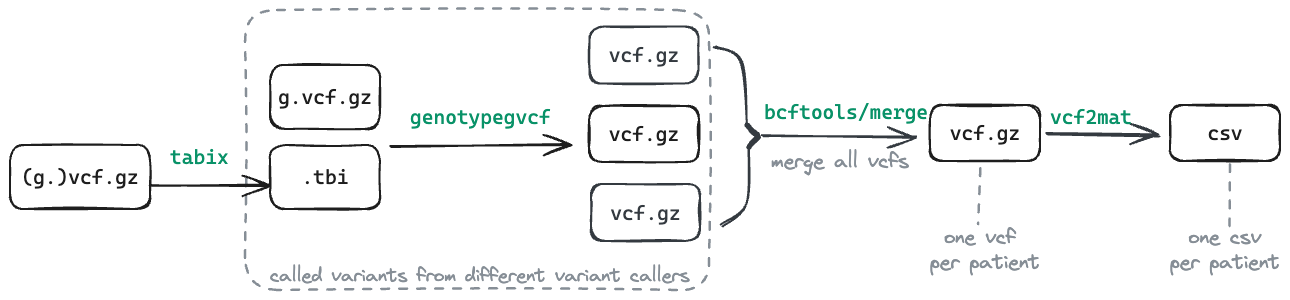
qbic-pipelines/vcftocounts keeps this Excalidraw diagram as docs/images/vcftomat.excalidraw.png. Above is the earlier version. Source tidied: one line per element, renumbered; positions are measured from the earlier drawing's top-left corner, leaving out a move shared by most shapes.
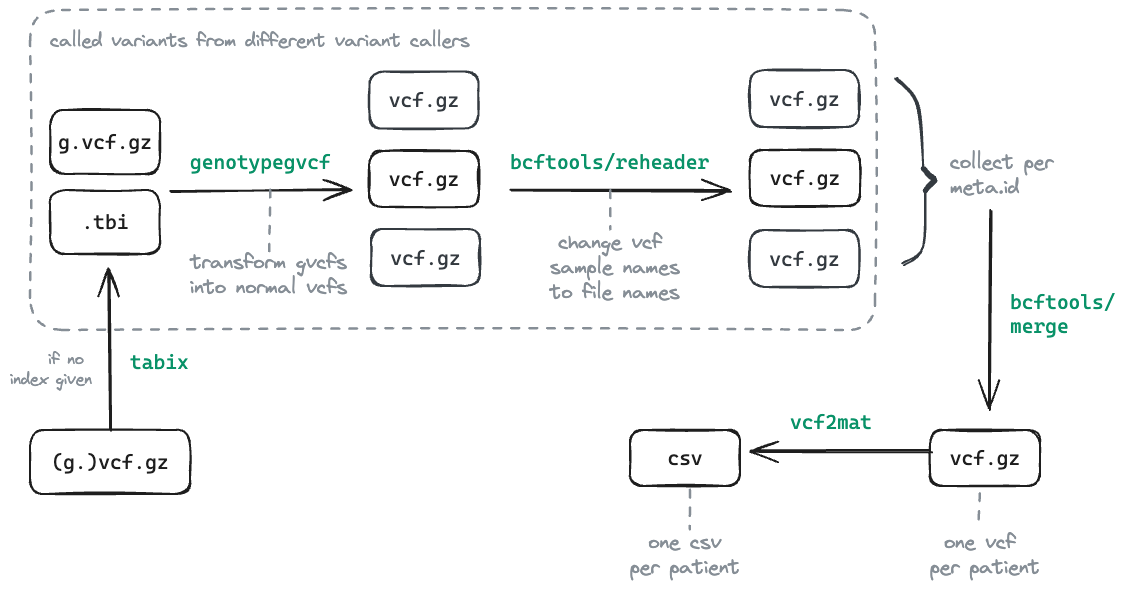
After the commit.

Change to the diagram source:
```diff
@@ -8,28 +8,41 @@
 {"id": 7, "type": "text", "text": "vcf.gz", "strokeColor": "#343a40", "strokeWidth": 2, "roughness": 1, "fontSize": 20, "fontFamily": 3, "textAlign": "center", "verticalAlign": "middle", "inside": 6, "x": 600, "y": 190, "width": 70, "height": 24}
 {"id": 8, "type": "rectangle", "strokeColor": "#343a40", "strokeWidth": 2, "roughness": 1, "round": true, "x": 580, "y": 16, "width": 109, "height": 57}
 {"id": 9, "type": "text", "text": "vcf.gz", "strokeColor": "#343a40", "strokeWidth": 2, "roughness": 1, "fontSize": 20, "fontFamily": 3, "textAlign": "center", "verticalAlign": "middle", "inside": 8, "x": 599, "y": 33, "width": 70, "height": 24}
-{"id": 10, "type": "arrow", "strokeColor": "#343a40", "strokeWidth": 2, "roughness": 1, "round": true, "from": 8, "x": 704, "y": 37, "width": 32, "height": 79, "points": [[0, 0], [27, 15], [32, 79]]}
+{"id": 10, "type": "arrow", "strokeColor": "#343a40", "strokeWidth": 2, "roughness": 1, "round": true, "from": 16, "x": 1105, "y": 23, "width": 27, "height": 92, "points": [[0, 0], [22, 28], [27, 92]]}
-{"id": 11, "type": "arrow", "strokeColor": "#343a40", "angle": 3.12, "strokeWidth": 2, "roughness": 1, "round": true, "x": 739, "y": 138, "width": 30, "height": 79, "points": [[0, 0], [-26, 21], [-30, 79]]}
+{"id": 11, "type": "arrow", "strokeColor": "#343a40", "angle": 3.12, "strokeWidth": 2, "roughness": 1, "round": true, "from": 16, "x": 1136, "y": 136, "width": 25, "height": 74, "points": [[0, 0], [-21, 16], [-25, 74]]}
-{"id": 12, "type": "freedraw", "strokeColor": "#343a40", "strokeWidth": 1, "roughness": 1, "x": 737, "y": 115, "width": 10, "height": 10, "points": [[0, 0], [1, 0], [1, 1], [1, 2], [2, 2], [2, 3], [3, 3], [3, 4], [4, 5], [4, 6], [5, 6], [6, 6], [6, 7], [7, 7], [7, 8], [8, 8], [9, 8], [9, 9], [10, 9], [10, 10], [10, 10]]}
+{"id": 12, "type": "freedraw", "strokeColor": "#343a40", "strokeWidth": 1, "roughness": 1, "x": 1133, "y": 114, "width": 10, "height": 10, "points": [[0, 0], [1, 0], [1, 1], [1, 2], [2, 2], [2, 3], [3, 3], [3, 4], [4, 5], [4, 6], [5, 6], [6, 6], [6, 7], [7, 7], [7, 8], [8, 8], [9, 8], [9, 9], [10, 9], [10, 10], [10, 10]]}
-{"id": 13, "type": "freedraw", "strokeColor": "#343a40", "strokeWidth": 1, "roughness": 1, "x": 739, "y": 137, "width": 9, "height": 10, "points": [[0, 0], [0, -1], [1, -1], [1, -2], [2, -3], [3, -4], [4, -5], [5, -5], [5, -6], [6, -7], [7, -7], [7, -8], [8, -8], [8, -9], [9, -9], [9, -10], [9, -10]]}
+{"id": 13, "type": "freedraw", "strokeColor": "#343a40", "strokeWidth": 1, "roughness": 1, "x": 1135, "y": 136, "width": 9, "height": 10, "points": [[0, 0], [0, -1], [1, -1], [1, -2], [2, -3], [3, -4], [4, -5], [5, -5], [5, -6], [6, -7], [7, -7], [7, -8], [8, -8], [8, -9], [9, -9], [9, -10], [9, -10]]}
-{"id": 14, "type": "arrow", "strokeColor": "#343a40", "strokeWidth": 2, "roughness": 1, "endArrowhead": "arrow", "round": true, "to": 19, "x": 753, "y": 126, "width": 152, "height": 1, "points": [[0, 0], [152, 1]]}
-{"id": 15, "type": "text", "text": "bcftools/merge", "strokeColor": "#099268", "strokeWidth": 2, "roughness": 1, "fontSize": 20, "fontFamily": 3, "x": 754, "y": 90, "width": 164, "height": 24}
+{"id": 15, "type": "text", "text": "bcftools/\nmerge", "strokeColor": "#099268", "strokeWidth": 2, "roughness": 1, "fontSize": 20, "fontFamily": 3, "x": 1220, "y": 235, "width": 105, "height": 48}
-{"id": 16, "type": "rectangle", "strokeColor": "#868e96", "strokeWidth": 2, "strokeStyle": "dashed", "roughness": 1, "round": true, "x": 235, "y": 0, "width": 464, "height": 280}
+{"id": 16, "type": "rectangle", "strokeColor": "#868e96", "strokeWidth": 2, "strokeStyle": "dashed", "roughness": 1, "round": true, "x": 240, "y": -45, "width": 845, "height": 320}
-{"id": 17, "type": "text", "text": "called variants from different variant callers", "strokeColor": "#868e96", "strokeWidth": 2, "strokeStyle": "dashed", "roughness": 1, "fontSize": 18.61, "fontFamily": 1, "x": 260, "y": 255, "width": 420, "height": 23}
+{"id": 17, "type": "text", "text": "called variants from different variant callers", "strokeColor": "#868e96", "strokeWidth": 2, "strokeStyle": "dashed", "roughness": 1, "fontSize": 18.61, "fontFamily": 1, "x": 260, "y": -25, "width": 420, "height": 23}
-{"id": 18, "type": "text", "text": "merge all vcfs", "strokeColor": "#868e96", "strokeWidth": 2, "strokeStyle": "dashed", "roughness": 1, "fontSize": 20, "fontFamily": 1, "x": 761, "y": 139, "width": 138, "height": 25}
-{"id": 19, "type": "rectangle", "strokeColor": "#1e1e1e", "strokeWidth": 2, "roughness": 1, "round": true, "x": 920, "y": 95, "width": 110, "height": 56}
+{"id": 19, "type": "rectangle", "strokeColor": "#1e1e1e", "strokeWidth": 2, "roughness": 1, "round": true, "x": 1140, "y": 375, "width": 110, "height": 56}
-{"id": 20, "type": "text", "text": "vcf.gz", "strokeColor": "#1e1e1e", "strokeWidth": 2, "roughness": 1, "fontSize": 20, "fontFamily": 3, "textAlign": "center", "verticalAlign": "middle", "inside": 19, "x": 940, "y": 111, "width": 70, "height": 24}
+{"id": 20, "type": "text", "text": "vcf.gz", "strokeColor": "#1e1e1e", "strokeWidth": 2, "roughness": 1, "fontSize": 20, "fontFamily": 3, "textAlign": "center", "verticalAlign": "middle", "inside": 19, "x": 1160, "y": 391, "width": 70, "height": 24}
-{"id": 21, "type": "text", "text": "one vcf \nper patient", "strokeColor": "#868e96", "strokeWidth": 2, "strokeStyle": "dashed", "roughness": 1, "fontSize": 20, "fontFamily": 1, "textAlign": "center", "x": 920, "y": 215, "width": 110, "height": 50}
+{"id": 21, "type": "text", "text": "one vcf \nper patient", "strokeColor": "#868e96", "strokeWidth": 2, "strokeStyle": "dashed", "roughness": 1, "fontSize": 20, "fontFamily": 1, "textAlign": "center", "x": 1140, "y": 475, "width": 110, "height": 50}
-{"id": 22, "type": "arrow", "strokeColor": "#868e96", "strokeWidth": 2, "strokeStyle": "dashed", "roughness": 1, "round": true, "from": 19, "to": 21, "x": 970, "y": 158, "width": 2, "height": 56, "points": [[0, 0], [-2, 56]]}
+{"id": 22, "type": "arrow", "strokeColor": "#868e96", "strokeWidth": 2, "strokeStyle": "dashed", "roughness": 1, "round": true, "from": 19, "to": 21, "x": 1190, "y": 438, "width": 2, "height": 36, "points": [[0, 0], [-2, 36]]}
-{"id": 23, "type": "rectangle", "strokeColor": "#1e1e1e", "strokeWidth": 2, "roughness": 1, "round": true, "x": 1160, "y": 95, "width": 110, "height": 56}
+{"id": 23, "type": "rectangle", "strokeColor": "#1e1e1e", "strokeWidth": 2, "roughness": 1, "round": true, "x": 840, "y": 375, "width": 110, "height": 56}
-{"id": 24, "type": "text", "text": "csv", "strokeColor": "#1e1e1e", "strokeWidth": 2, "roughness": 1, "fontSize": 20, "fontFamily": 3, "textAlign": "center", "verticalAlign": "middle", "inside": 23, "x": 1197, "y": 111, "width": 35, "height": 24}
+{"id": 24, "type": "text", "text": "csv", "strokeColor": "#1e1e1e", "strokeWidth": 2, "roughness": 1, "fontSize": 20, "fontFamily": 3, "textAlign": "center", "verticalAlign": "middle", "inside": 23, "x": 877, "y": 391, "width": 35, "height": 24}
-{"id": 25, "type": "arrow", "strokeColor": "#343a40", "strokeWidth": 2, "roughness": 1, "endArrowhead": "arrow", "round": true, "from": 19, "to": 23, "x": 1036, "y": 125, "width": 114, "height": 1, "points": [[0, 0], [114, 1]]}
-{"id": 26, "type": "text", "text": "vcf2mat", "strokeColor": "#099268", "strokeWidth": 2, "roughness": 1, "fontSize": 20, "fontFamily": 3, "x": 1040, "y": 95, "width": 82, "height": 24}
+{"id": 26, "type": "text", "text": "vcf2mat", "strokeColor": "#099268", "strokeWidth": 2, "roughness": 1, "fontSize": 20, "fontFamily": 3, "x": 1000, "y": 355, "width": 82, "height": 24}
-{"id": 27, "type": "text", "text": "one csv\nper patient", "strokeColor": "#868e96", "strokeWidth": 2, "strokeStyle": "dashed", "roughness": 1, "fontSize": 20, "fontFamily": 1, "textAlign": "center", "x": 1160, "y": 215, "width": 110, "height": 50}
+{"id": 27, "type": "text", "text": "one csv\nper patient", "strokeColor": "#868e96", "strokeWidth": 2, "strokeStyle": "dashed", "roughness": 1, "fontSize": 20, "fontFamily": 1, "textAlign": "center", "x": 840, "y": 475, "width": 110, "height": 50}
-{"id": 28, "type": "arrow", "strokeColor": "#868e96", "strokeWidth": 2, "strokeStyle": "dashed", "roughness": 1, "round": true, "from": 23, "to": 27, "x": 1220, "y": 155, "width": 0, "height": 60, "points": [[0, 0], [0, 60]]}
+{"id": 28, "type": "arrow", "strokeColor": "#868e96", "strokeWidth": 2, "strokeStyle": "dashed", "roughness": 1, "round": true, "from": 23, "to": 27, "x": 900, "y": 435, "width": 0, "height": 39, "points": [[0, 0], [0, 39]]}
 {"id": 29, "type": "rectangle", "strokeColor": "#1e1e1e", "strokeWidth": 2, "roughness": 1, "round": true, "x": 260, "y": 135, "width": 110, "height": 64}
 {"id": 30, "type": "text", "text": ".tbi", "strokeColor": "#1e1e1e", "strokeWidth": 2, "roughness": 1, "fontSize": 20, "fontFamily": 3, "textAlign": "center", "verticalAlign": "middle", "inside": 29, "x": 292, "y": 155, "width": 47, "height": 24}
-{"id": 31, "type": "rectangle", "strokeColor": "#1e1e1e", "strokeWidth": 2, "roughness": 1, "round": true, "x": 0, "y": 135, "width": 140, "height": 64}
+{"id": 31, "type": "rectangle", "strokeColor": "#1e1e1e", "strokeWidth": 2, "roughness": 1, "round": true, "x": 240, "y": 375, "width": 160, "height": 64}
-{"id": 32, "type": "text", "text": "(g.)vcf.gz", "strokeColor": "#1e1e1e", "strokeWidth": 2, "roughness": 1, "fontSize": 20, "fontFamily": 3, "textAlign": "center", "verticalAlign": "middle", "inside": 31, "x": 11, "y": 155, "width": 117, "height": 24}
+{"id": 32, "type": "text", "text": "(g.)vcf.gz", "strokeColor": "#1e1e1e", "strokeWidth": 2, "roughness": 1, "fontSize": 20, "fontFamily": 3, "textAlign": "center", "verticalAlign": "middle", "inside": 31, "x": 261, "y": 395, "width": 117, "height": 24}
-{"id": 33, "type": "arrow", "strokeColor": "#1e1e1e", "strokeWidth": 2, "roughness": 1, "endArrowhead": "arrow", "round": true, "from": 31, "to": 29, "x": 141, "y": 175, "width": 118, "height": 0, "points": [[0, 0], [118, 0]]}
-{"id": 34, "type": "text", "text": "tabix", "strokeColor": "#099268", "strokeWidth": 2, "roughness": 1, "fontSize": 20, "fontFamily": 3, "x": 160, "y": 135, "width": 59, "height": 24}
+{"id": 34, "type": "text", "text": "tabix", "strokeColor": "#099268", "strokeWidth": 2, "roughness": 1, "fontSize": 20, "fontFamily": 3, "x": 340, "y": 295, "width": 59, "height": 24}
+{"id": 35, "type": "arrow", "strokeColor": "#1e1e1e", "strokeWidth": 2, "roughness": 1, "endArrowhead": "arrow", "round": true, "x": 720, "y": 135, "width": 221, "height": 1, "points": [[0, 0], [221, 1]]}
+{"id": 36, "type": "text", "text": "bcftools/reheader", "strokeColor": "#099268", "strokeWidth": 2, "roughness": 1, "fontSize": 20, "fontFamily": 3, "x": 720, "y": 95, "width": 199, "height": 24}
+{"id": 37, "type": "text", "text": "change vcf \nsample names\nto file names", "strokeColor": "#868e96", "strokeWidth": 2, "strokeStyle": "dashed", "roughness": 1, "fontSize": 20, "fontFamily": 1, "textAlign": "center", "x": 760, "y": 175, "width": 130, "height": 75}
+{"id": 38, "type": "arrow", "strokeColor": "#868e96", "strokeWidth": 2, "strokeStyle": "dashed", "roughness": 1, "round": true, "to": 37, "x": 820, "y": 135, "width": 0, "height": 39, "points": [[0, 0], [0, 39]]}
+{"id": 39, "type": "rectangle", "strokeColor": "#343a40", "strokeWidth": 2, "roughness": 1, "round": true, "x": 960, "y": 15, "width": 109, "height": 57}
+{"id": 40, "type": "text", "text": "vcf.gz", "strokeColor": "#343a40", "strokeWidth": 2, "roughness": 1, "fontSize": 20, "fontFamily": 3, "textAlign": "center", "verticalAlign": "middle", "inside": 39, "x": 979, "y": 32, "width": 70, "height": 24}
+{"id": 41, "type": "rectangle", "strokeColor": "#1e1e1e", "strokeWidth": 2, "roughness": 1, "round": true, "x": 960, "y": 95, "width": 110, "height": 56}
+{"id": 42, "type": "text", "text": "vcf.gz", "strokeColor": "#1e1e1e", "strokeWidth": 2, "roughness": 1, "fontSize": 20, "fontFamily": 3, "textAlign": "center", "verticalAlign": "middle", "inside": 41, "x": 980, "y": 111, "width": 70, "height": 24}
+{"id": 43, "type": "rectangle", "strokeColor": "#343a40", "strokeWidth": 2, "roughness": 1, "round": true, "x": 960, "y": 175, "width": 109, "height": 57}
+{"id": 44, "type": "text", "text": "vcf.gz", "strokeColor": "#343a40", "strokeWidth": 2, "roughness": 1, "fontSize": 20, "fontFamily": 3, "textAlign": "center", "verticalAlign": "middle", "inside": 43, "x": 979, "y": 192, "width": 70, "height": 24}
+{"id": 45, "type": "text", "text": "collect per \nmeta.id", "strokeColor": "#868e96", "strokeWidth": 2, "strokeStyle": "dashed", "roughness": 1, "fontSize": 20, "fontFamily": 1, "x": 1160, "y": 95, "width": 113, "height": 50}
+{"id": 46, "type": "arrow", "strokeColor": "#1e1e1e", "strokeWidth": 2, "roughness": 1, "endArrowhead": "arrow", "round": true, "from": 45, "x": 1201, "y": 156, "width": 1, "height": 199, "points": [[0, 0], [-1, 199]]}
+{"id": 47, "type": "arrow", "strokeColor": "#1e1e1e", "strokeWidth": 2, "roughness": 1, "endArrowhead": "arrow", "round": true, "to": 23, "x": 1140, "y": 396, "width": 179, "height": 0, "points": [[0, 0], [-179, 0]]}
+{"id": 48, "type": "arrow", "strokeColor": "#1e1e1e", "strokeWidth": 2, "roughness": 1, "endArrowhead": "arrow", "round": true, "from": 31, "to": 29, "x": 320, "y": 375, "width": 0, "height": 160, "points": [[0, 0], [0, -160]]}
+{"id": 49, "type": "text", "text": "if no \nindex given", "strokeColor": "#868e96", "strokeWidth": 2, "roughness": 1, "fontSize": 16, "fontFamily": 1, "textAlign": "right", "x": 220, "y": 295, "width": 82, "height": 40}
+{"id": 50, "type": "text", "text": "transform gvcfs\ninto normal vcfs", "strokeColor": "#868e96", "strokeWidth": 2, "strokeStyle": "dashed", "roughness": 1, "fontSize": 20, "fontFamily": 1, "textAlign": "center", "x": 400, "y": 195, "width": 157, "height": 50}
+{"id": 51, "type": "arrow", "strokeColor": "#868e96", "strokeWidth": 2, "strokeStyle": "dashed", "roughness": 1, "round": true, "to": 50, "x": 480, "y": 135, "width": 0, "height": 60, "points": [[0, 0], [0, 60]]}
```
